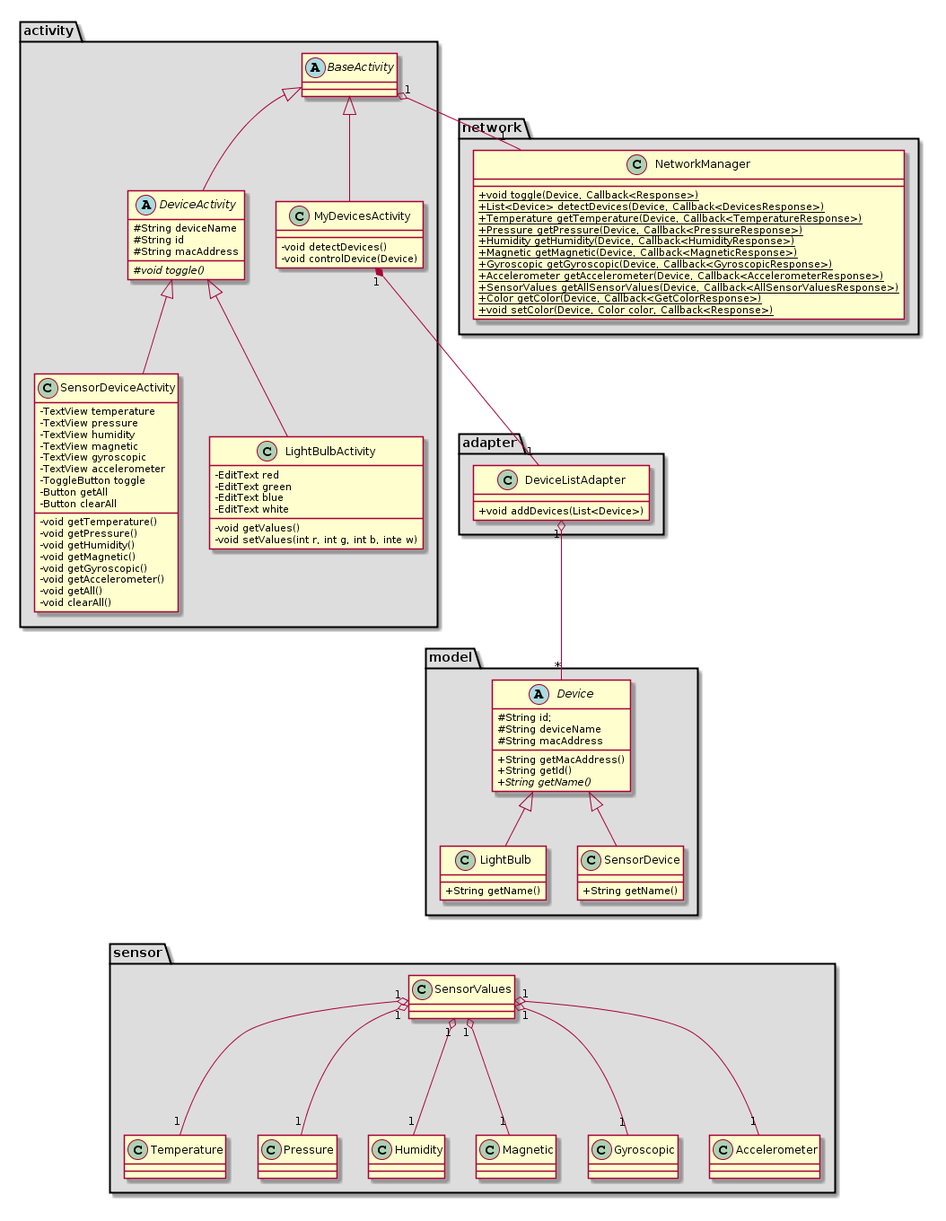
Above: docs/STLDD/class_diagram.png in ockka/ETSN05-Group2 (PlantUML), before the change.
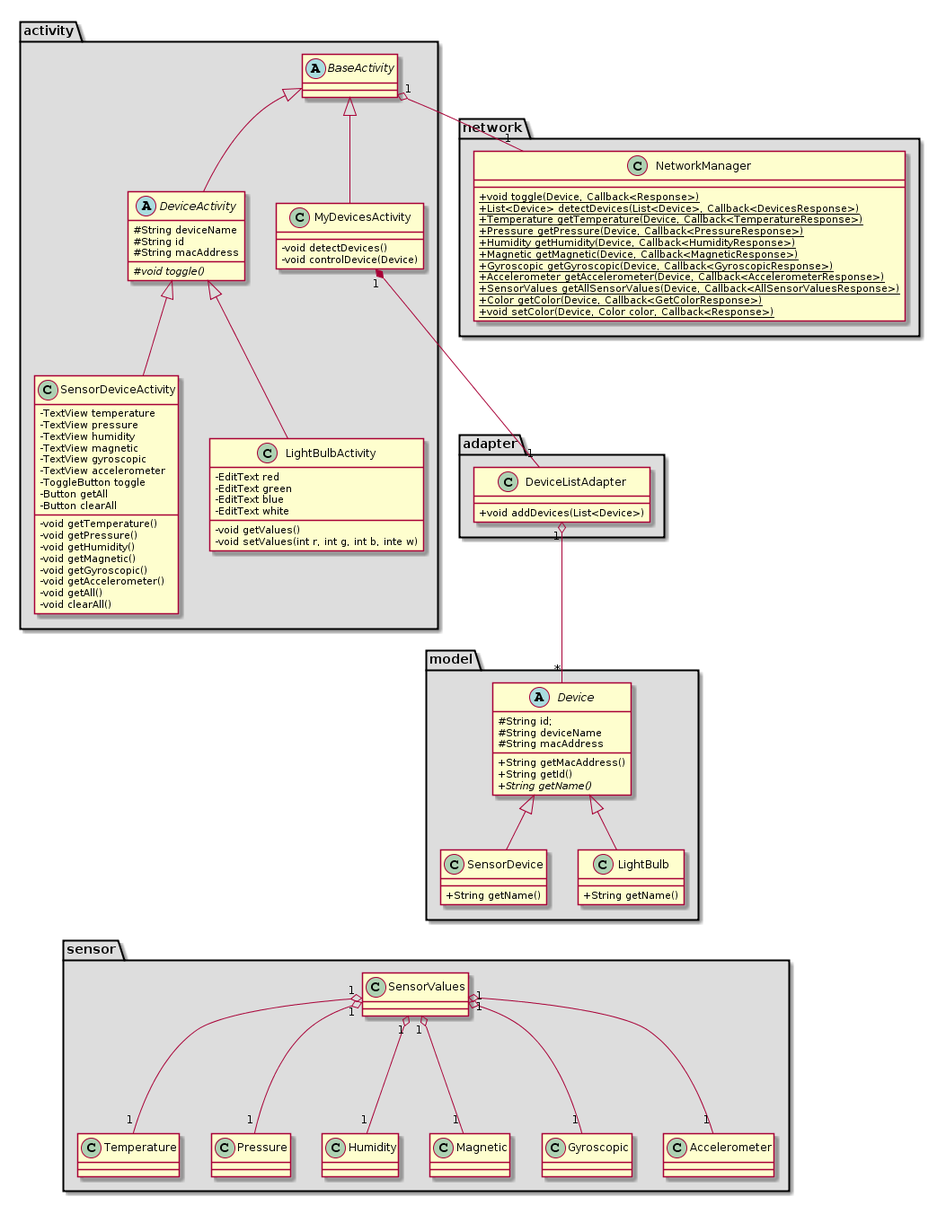
After the change.

Commit message:
Changed class diagram method signature

Diff of the diagram source:
```diff
@@ -21,18 +21,18 @@
 }
 
 package "sensor" #DDDDDD {
-	class SensorValues
-	class Temperature
-	class Pressure
-	class Humidity
-	class Magnetic
-	class Gyroscopic
-	class Accelerometer
+  class SensorValues
+  class Temperature
+  class Pressure
+  class Humidity
+  class Magnetic
+  class Gyroscopic
+  class Accelerometer
 }
 
  class NetworkManager{
  +{static} void toggle(Device, Callback<Response>)
- +{static} List<Device> detectDevices(Device, Callback<DevicesResponse>)
+ +{static} List<Device> detectDevices(List<Device>, Callback<DevicesResponse>)
  +{static} Temperature getTemperature(Device, Callback<TemperatureResponse>)
  +{static} Pressure getPressure(Device, Callback<PressureResponse>)
  +{static} Humidity getHumidity(Device, Callback<HumidityResponse>)
```
